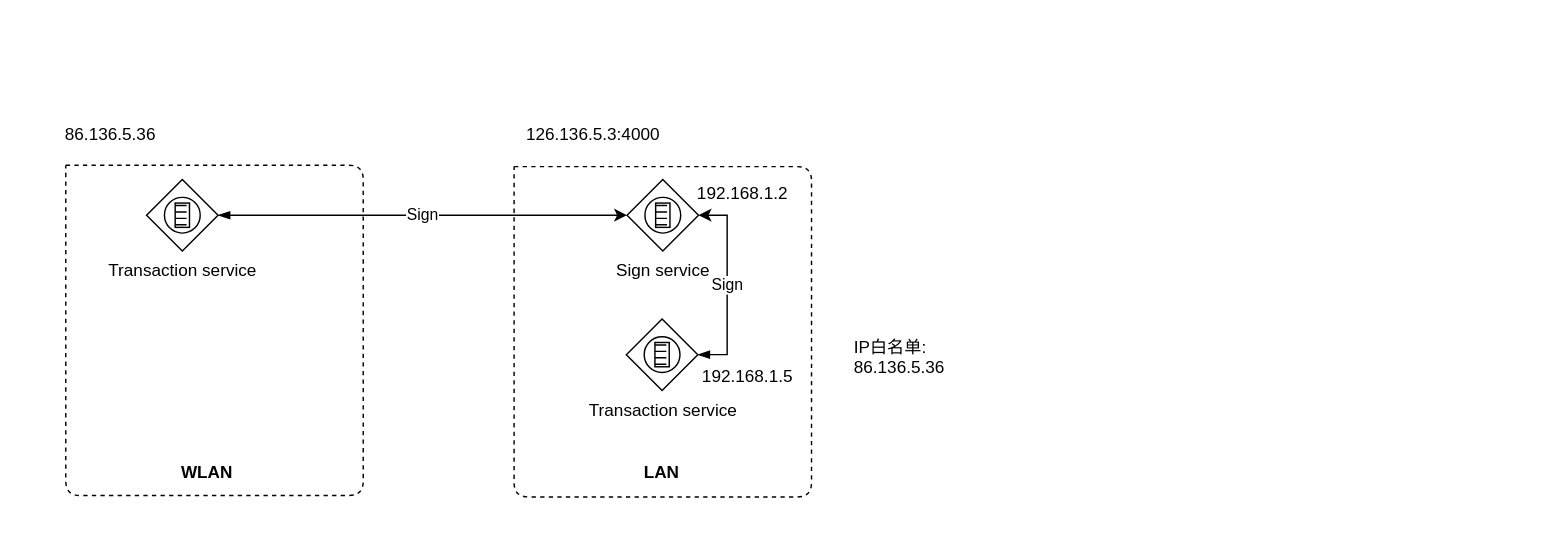
The draw.io diagram sign-service.drawio in yiuked/diagram, before the edit. Source tidied: cells renumbered, new cells numbered last; positions are measured from the earlier drawing's top-left corner, leaving out a move shared by most shapes. Both pictures are drawn from the tidied source at 143%, with x=0, y=0 at pixel (63, 120).
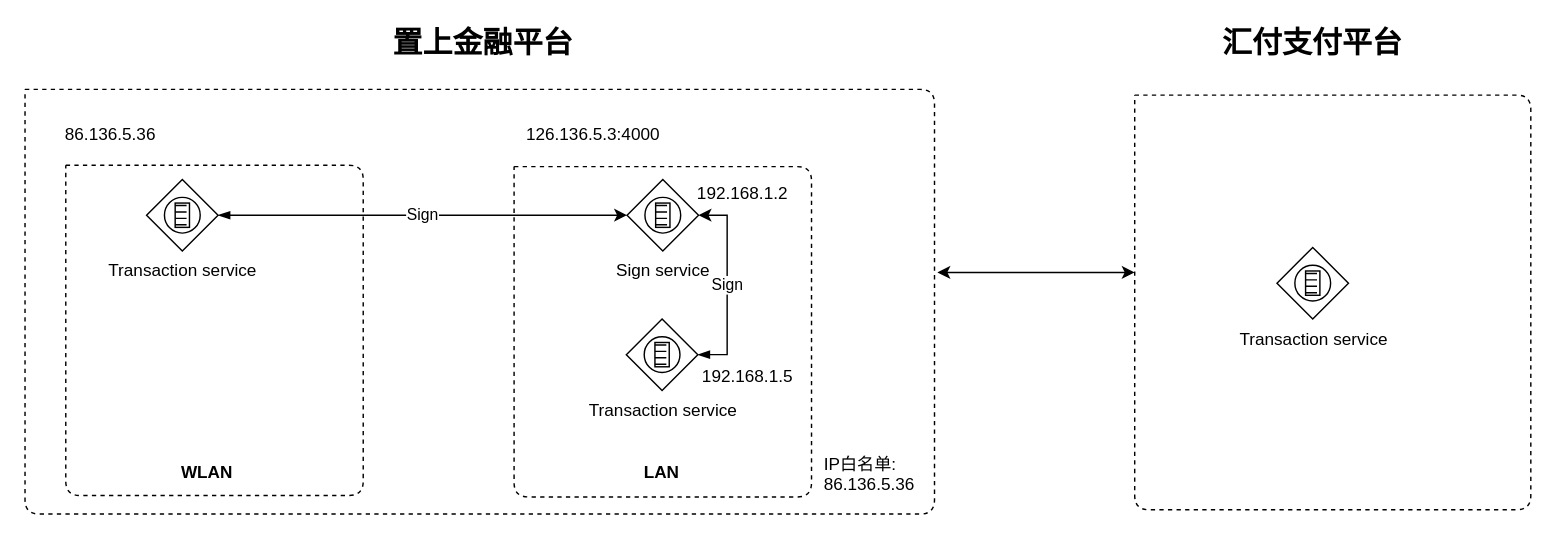
The same diagram, later.

What changed in the source:
```diff
@@
     <mxCell id="14" value="IP白名单:&lt;br&gt;&lt;span&gt;86.136.5.36&lt;/span&gt;&lt;br&gt;" style="text;html=1;strokeColor=none;fillColor=none;align=left;verticalAlign=top;whiteSpace=wrap;rounded=0;" parent="1" vertex="1">
-      <mxGeometry x="551" y="145" width="77" height="114" as="geometry" />
+      <mxGeometry x="530" y="227" width="67" height="36" as="geometry" />
     </mxCell>
@@
+    <mxCell id="16" style="endArrow=none;dashed=1;html=1;" parent="1" edge="1">
+      <mxGeometry relative="1" as="geometry">
+        <mxPoint x="-27" y="-22" as="sourcePoint" />
+        <mxPoint x="-27" y="-22" as="targetPoint" />
+        <Array as="points">
+          <mxPoint x="609" y="-22" />
+          <mxPoint x="609" y="275" />
+          <mxPoint x="-27" y="275" />
+        </Array>
+      </mxGeometry>
+    </mxCell>
+    <mxCell id="17" value="置上金融平台" style="text;html=1;strokeColor=none;fillColor=none;align=center;verticalAlign=middle;whiteSpace=wrap;rounded=0;fontSize=21;fontStyle=1;" parent="1" vertex="1">
+      <mxGeometry x="226" y="-65" width="135" height="20" as="geometry" />
+    </mxCell>
+    <mxCell id="18" style="endArrow=none;dashed=1;html=1;fontSize=21;" parent="1" edge="1">
+      <mxGeometry relative="1" as="geometry">
+        <mxPoint x="749" y="-18" as="sourcePoint" />
+        <mxPoint x="749" y="-18" as="targetPoint" />
+        <Array as="points">
+          <mxPoint x="1026" y="-18" />
+          <mxPoint x="1026" y="272" />
+          <mxPoint x="749" y="272" />
+        </Array>
+      </mxGeometry>
+    </mxCell>
+    <mxCell id="19" value="汇付支付平台" style="text;html=1;strokeColor=none;fillColor=none;align=center;verticalAlign=middle;whiteSpace=wrap;rounded=0;fontSize=21;fontStyle=1;" parent="1" vertex="1">
+      <mxGeometry x="806" y="-65" width="135" height="20" as="geometry" />
+    </mxCell>
+    <mxCell id="20" style="endArrow=classic;startArrow=classic;html=1;fontSize=21;" parent="1" edge="1">
+      <mxGeometry relative="1" as="geometry">
+        <mxPoint x="611" y="106" as="sourcePoint" />
+        <mxPoint x="749" y="106" as="targetPoint" />
+      </mxGeometry>
+    </mxCell>
+    <mxCell id="21" value="Transaction service" style="shape=mxgraph.bpmn.shape;html=1;verticalLabelPosition=bottom;labelBackgroundColor=#ffffff;verticalAlign=top;align=center;perimeter=rhombusPerimeter;background=gateway;outline=standard;symbol=conditional;" parent="1" vertex="1">
+      <mxGeometry x="848.5" y="88.5" width="50" height="50" as="geometry" />
+    </mxCell>
```
